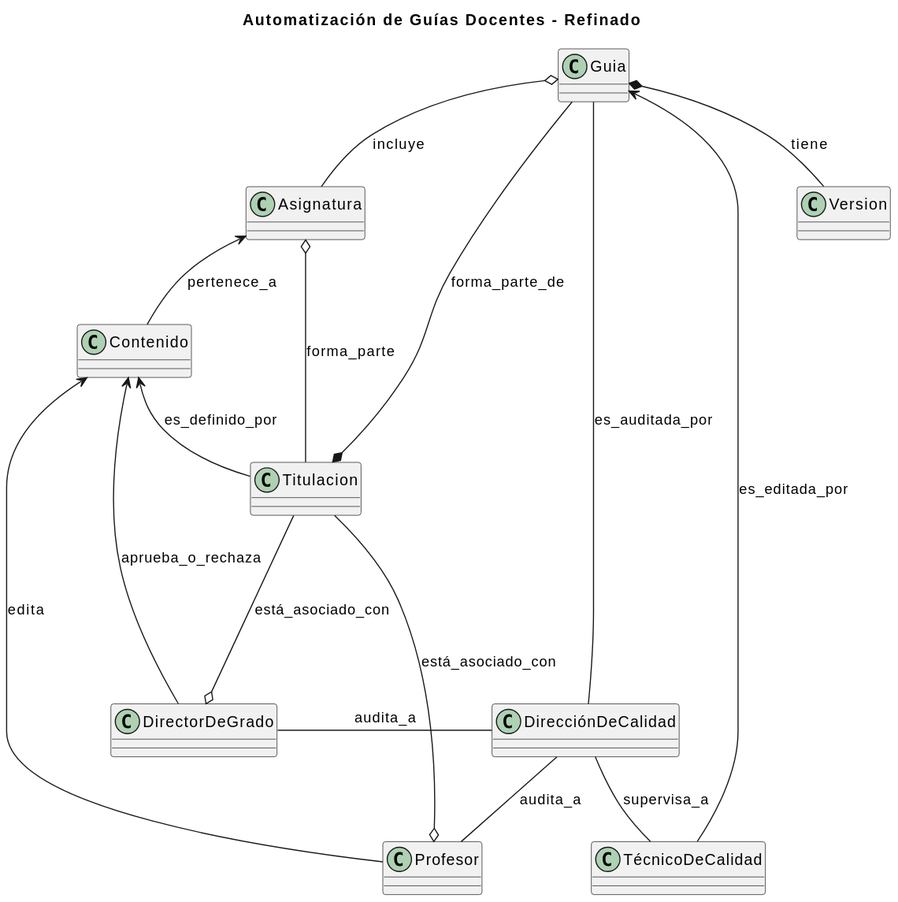
The PlantUML diagram images/modelosUML/DiagramaClases.svg in mmasias/24-25-IdSw1-SDR, before a commit.
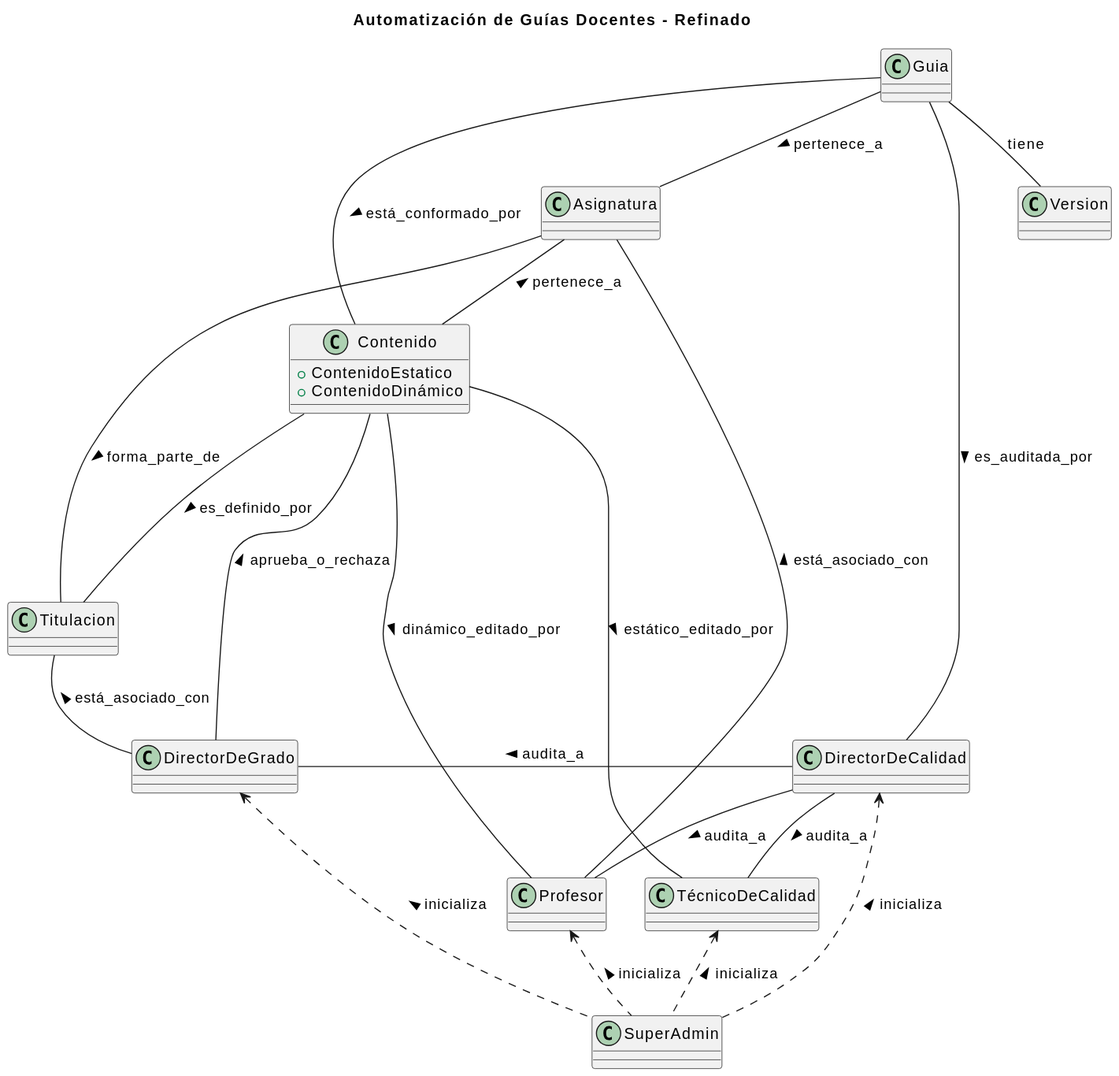
The same file after the commit.

Commit message:
Actualizando diagrama de clases - Relacion de contenido directamente con Guía - Relacionar tecnico de calidad y asignatura

Change to the diagram source:
```diff
@@ -1,35 +1,46 @@
 @startuml
 title Automatización de Guías Docentes - Refinado
 
+class SuperAdmin
 class Profesor
 class DirectorDeGrado
 class TécnicoDeCalidad
-class DirecciónDeCalidad
+class DirectorDeCalidad
 class Guia
-class Contenido
+class Contenido {
+  + ContenidoEstatico
+  + ContenidoDinámico
+}
 class Titulacion
 class Asignatura
 class Version
 
-Guia --* Titulacion: forma_parte_de
-Guia o-- Asignatura: incluye
+Guia -- Asignatura: pertenece_a >
+Guia -- Contenido: está_conformado_por >
 
-Asignatura <-down- Contenido: pertenece_a
-Asignatura o-down- Titulacion: forma_parte
 
-Guia -down- DirecciónDeCalidad: es_auditada_por
-Guia <-down- TécnicoDeCalidad: es_editada_por
-Guia *-down- Version: tiene
+Asignatura -down- Contenido: pertenece_a <
+Asignatura -down- Titulacion: forma_parte_de >
 
-Contenido <-- Titulacion: es_definido_por
+Guia -down- DirectorDeCalidad: es_auditada_por >
+Guia -down- Version: tiene
 
-DirecciónDeCalidad -- TécnicoDeCalidad: supervisa_a
-DirecciónDeCalidad -- Profesor: audita_a
-DirecciónDeCalidad -l-- DirectorDeGrado: audita_a
+Contenido --- Titulacion: es_definido_por >
 
-Profesor o-up-- Titulacion: está_asociado_con
-DirectorDeGrado o-up-- Titulacion: está_asociado_con
+DirectorDeCalidad -- TécnicoDeCalidad: audita_a >
+DirectorDeCalidad -- Profesor: audita_a >
+DirectorDeCalidad -l- DirectorDeGrado: audita_a >
 
-Contenido <- DirectorDeGrado: aprueba_o_rechaza
-Contenido <-- Profesor: edita
+Profesor -up-- Asignatura: está_asociado_con >
+
+Contenido -- Profesor: dinámico_editado_por >
+
+DirectorDeGrado -up- Titulacion: está_asociado_con >
+Contenido -- DirectorDeGrado: aprueba_o_rechaza <
+Contenido -down- TécnicoDeCalidad: estático_editado_por >
+
+SuperAdmin .up.> Profesor: inicializa >
+SuperAdmin .up.> TécnicoDeCalidad: inicializa >
+SuperAdmin .up.> DirectorDeGrado: inicializa >
+SuperAdmin .up.> DirectorDeCalidad: inicializa >
 @enduml
```
